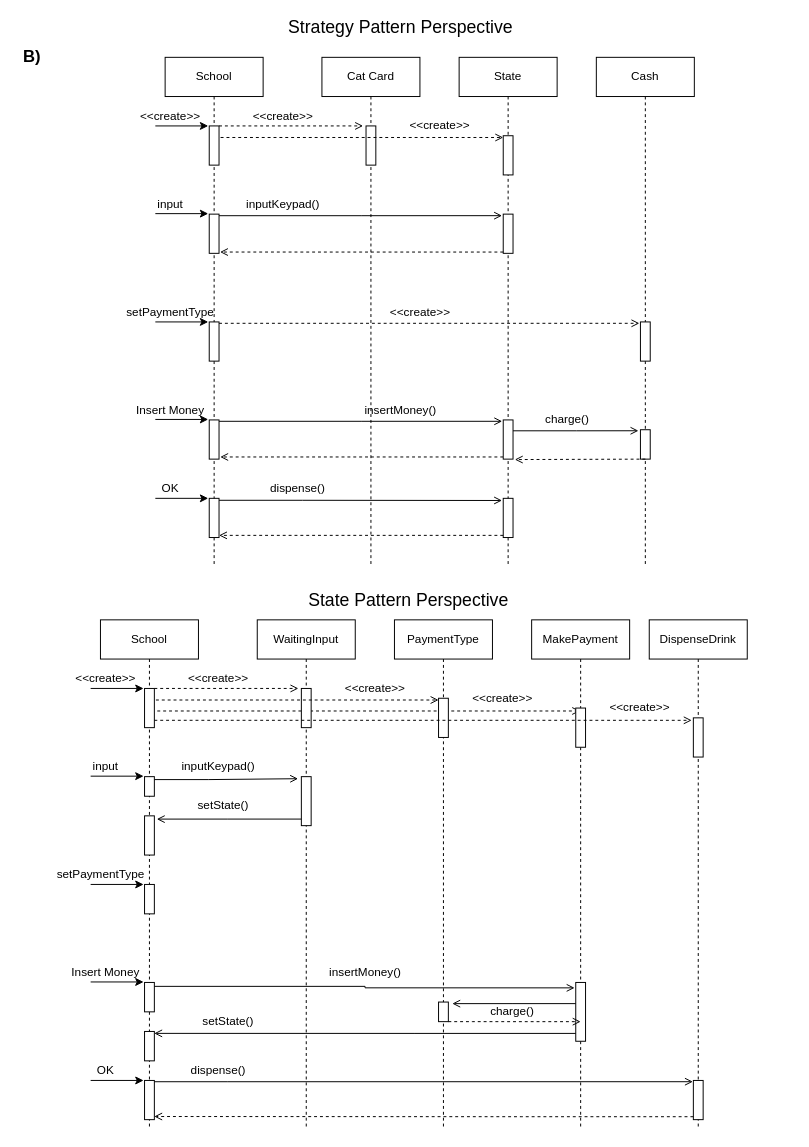
Before: HW4/SequenceDiagram.drawio in ElliottP-13/ESOF-322, a draw.io diagram. Source tidied: cells renumbered, new cells numbered last; positions are measured from the earlier drawing's top-left corner, leaving out a move shared by most shapes. Both pictures are drawn from the tidied source at 98%, with x=0, y=0 at pixel (17, 18).
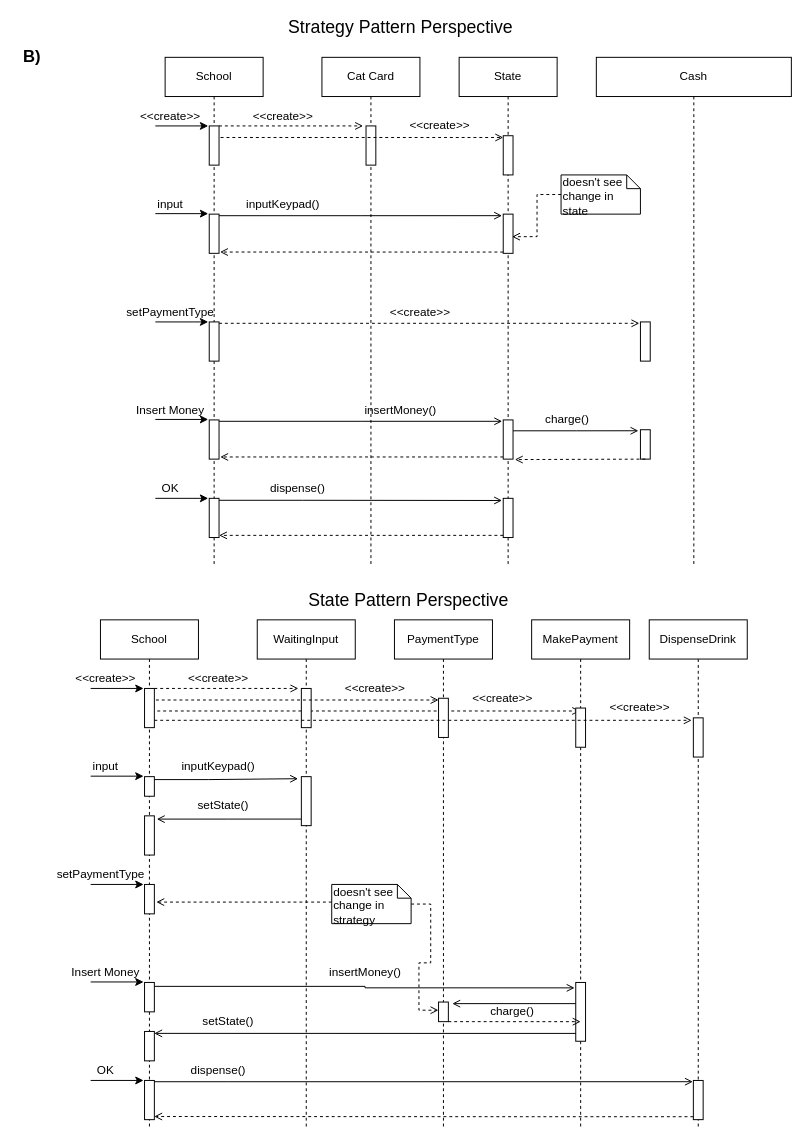
Above is the later version.

Commit message (it also covers changes not shown here):
Notes on Sequence Diag

The change refers to these unchanged cells:
```xml
<mxCell id="13" style="html=1;points=[];perimeter=orthogonalPerimeter;" parent="11" vertex="1">
  <mxGeometry x="45" y="160" width="10" height="40" as="geometry" />
</mxCell>
<mxCell id="41" style="html=1;points=[];perimeter=orthogonalPerimeter;" parent="36" vertex="1">
  <mxGeometry x="45" y="270" width="10" height="30" as="geometry" />
</mxCell>
<mxCell id="50" style="html=1;points=[];perimeter=orthogonalPerimeter;" parent="48" vertex="1">
  <mxGeometry x="45" y="390" width="10" height="20" as="geometry" />
</mxCell>
```

Change to the diagram source:
```diff
@@
     <mxCell id="15" value="Cash" style="shape=umlLifeline;perimeter=lifelinePerimeter;whiteSpace=wrap;html=1;" parent="1" vertex="1">
-      <mxGeometry x="591" y="40" width="100" height="520" as="geometry" />
+      <mxGeometry x="591" y="40" width="199" height="520" as="geometry" />
     </mxCell>
@@
+    <mxCell id="101" value="doesn't see change in state" style="shape=note;whiteSpace=wrap;html=1;size=14;verticalAlign=top;align=left;spacingTop=-6;" parent="15" vertex="1">
+      <mxGeometry x="-36" y="120" width="81" height="40" as="geometry" />
+    </mxCell>
@@
+    <mxCell id="102" style="edgeStyle=orthogonalEdgeStyle;rounded=0;jettySize=auto;html=1;entryX=0.9;entryY=0.575;entryDx=0;entryDy=0;entryPerimeter=0;dashed=1;endArrow=open;endFill=0;" parent="1" edge="1" source="101" target="13">
+      <mxGeometry relative="1" as="geometry" />
+    </mxCell>
+    <mxCell id="103" style="edgeStyle=orthogonalEdgeStyle;rounded=0;jettySize=auto;html=1;entryX=1.2;entryY=0.6;entryDx=0;entryDy=0;entryPerimeter=0;dashed=1;endArrow=open;endFill=0;" parent="1" edge="1" source="105" target="41">
+      <mxGeometry relative="1" as="geometry">
+        <Array as="points">
+          <mxPoint x="255" y="902" />
+          <mxPoint x="255" y="902" />
+        </Array>
+      </mxGeometry>
+    </mxCell>
+    <mxCell id="104" style="edgeStyle=orthogonalEdgeStyle;rounded=0;jettySize=auto;html=1;entryX=-0.01;entryY=0.417;entryDx=0;entryDy=0;entryPerimeter=0;dashed=1;endArrow=open;endFill=0;" parent="1" edge="1" source="105" target="50">
+      <mxGeometry relative="1" as="geometry" />
+    </mxCell>
+    <mxCell id="105" value="doesn't see change in strategy" style="shape=note;whiteSpace=wrap;html=1;size=14;verticalAlign=top;align=left;spacingTop=-6;" parent="1" vertex="1">
+      <mxGeometry x="321" y="884" width="81" height="40" as="geometry" />
+    </mxCell>
```
